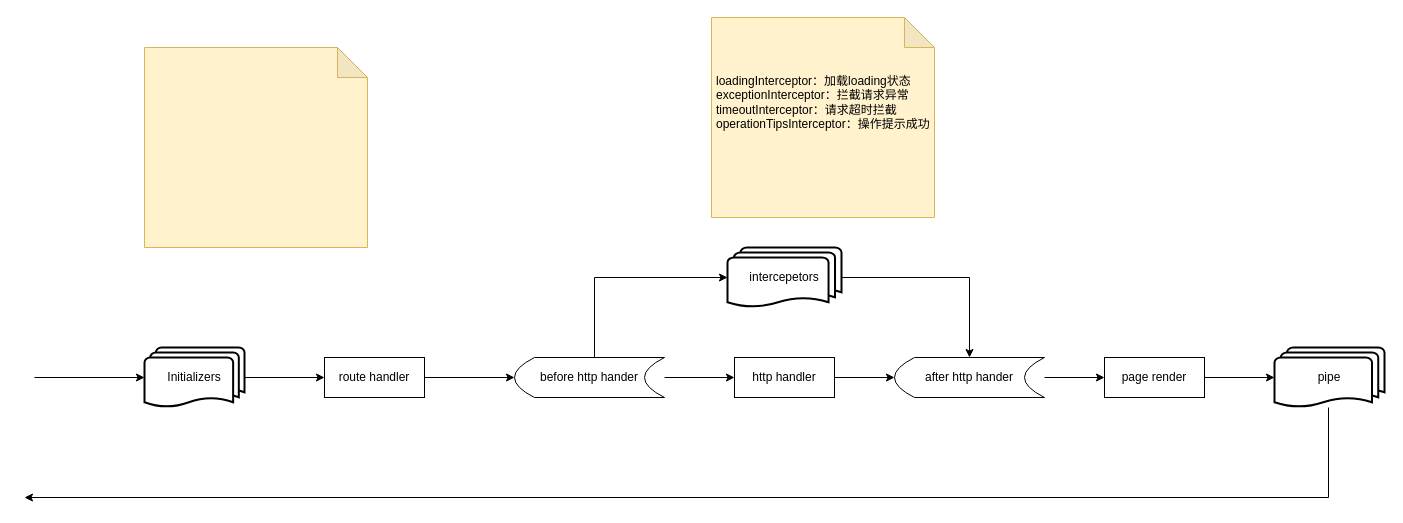
The draw.io diagram src/Untitled Diagram.drawio in soulxy/ng4, before the edit. Source tidied: cells renumbered, new cells numbered last; positions are measured from the earlier drawing's top-left corner, leaving out a move shared by most shapes. Both pictures are drawn from the tidied source at 100%, with x=0, y=0 at pixel (24, 17).
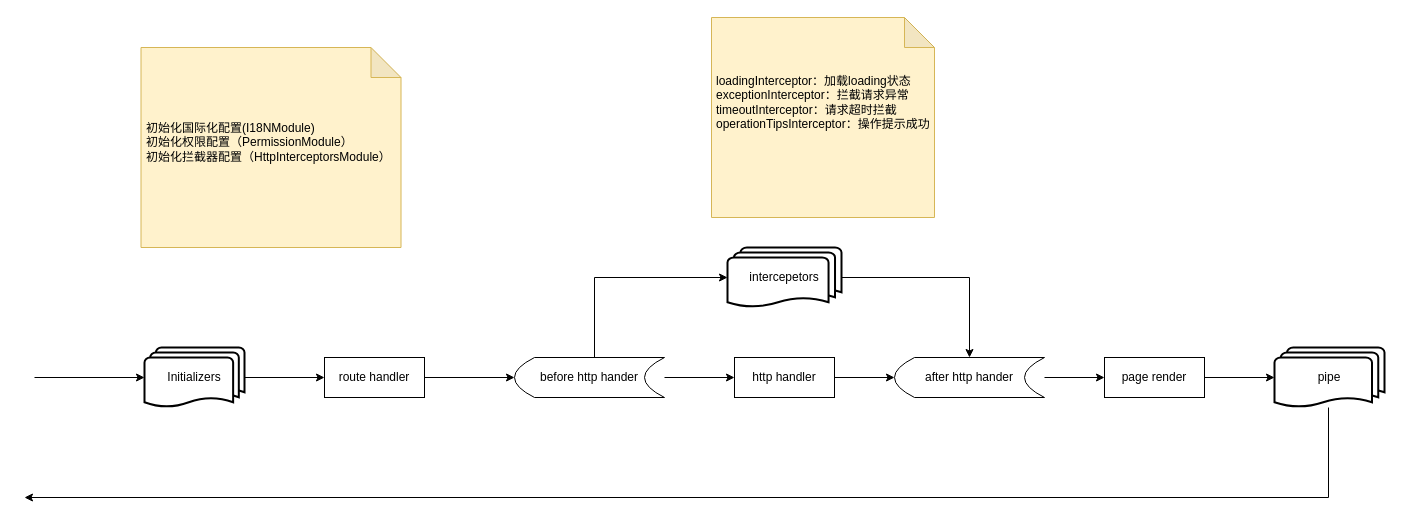
The same diagram, later.

Change to the diagram source:
```diff
@@
     <mxCell id="22" style="shape=note;whiteSpace=wrap;html=1;backgroundOutline=1;darkOpacity=0.05;align=left;fillColor=#fff2cc;strokeColor=#d6b656;" parent="1" vertex="1">
-      <mxGeometry x="120" y="30" width="223" height="200" as="geometry" />
+      <mxGeometry x="116.5" y="30" width="260" height="200" as="geometry" />
     </mxCell>
+    <mxCell id="23" value="初始化国际化配置(I18NModule)&lt;br&gt;初始化权限配置（PermissionModule）&lt;br&gt;初始化拦截器配置（HttpInterceptorsModule）" style="text;html=1;strokeColor=none;fillColor=none;align=left;verticalAlign=middle;whiteSpace=wrap;rounded=0;" parent="1" vertex="1">
+      <mxGeometry x="120" y="70" width="247" height="110" as="geometry" />
+    </mxCell>
```
